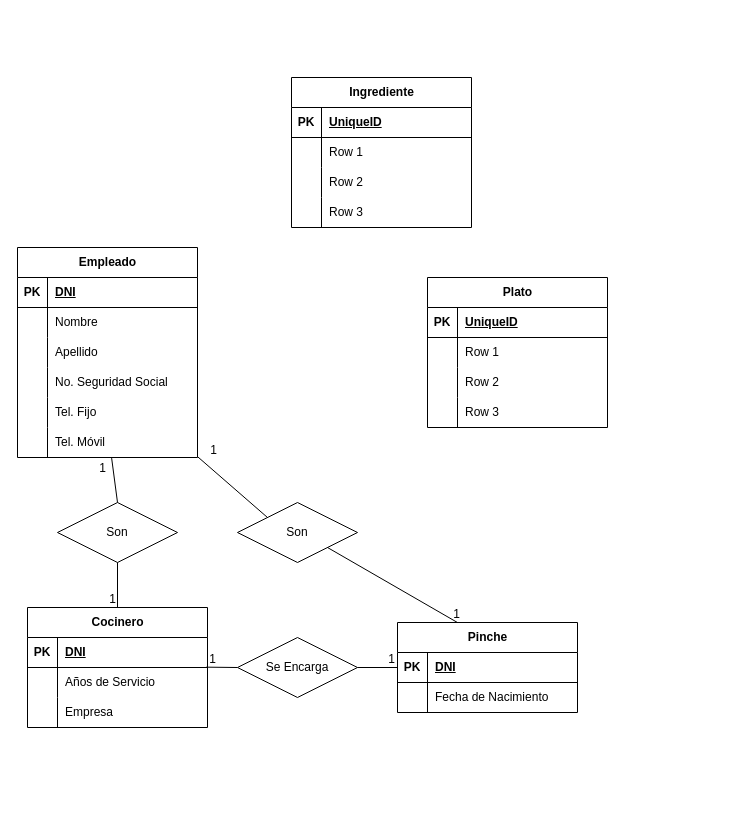
The draw.io diagram Ejercicio_13_Empresa_de_Comidas.drawio in BasementHalfStackDev/ejercicios-ud12, before the edit. Source tidied: cells renumbered, new cells numbered last; positions are measured from the earlier drawing's top-left corner, leaving out a move shared by most shapes. Both pictures are drawn from the tidied source at 100%, with x=0, y=0 at pixel (17, 77).
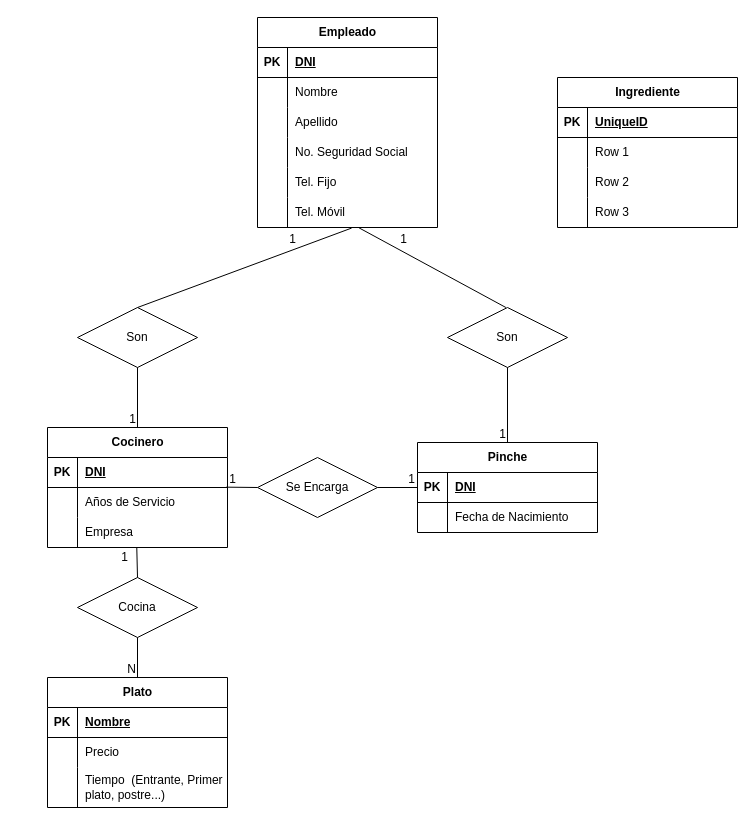
The same page after the edit.

The change refers to these unchanged cells:
```xml
<mxCell id="18" style="shape=tableRow;horizontal=0;startSize=0;swimlaneHead=0;swimlaneBody=0;fillColor=none;points=[[0,0.5],[1,0.5]];portConstraint=eastwest;top=0;left=0;right=0;bottom=0;" parent="2" vertex="1">
  <mxGeometry y="180" width="180" height="30" as="geometry" />
</mxCell>
<mxCell id="35" style="shape=tableRow;horizontal=0;startSize=0;swimlaneHead=0;swimlaneBody=0;fillColor=none;points=[[0,0.5],[1,0.5]];portConstraint=eastwest;top=0;left=0;right=0;bottom=0;" parent="28" vertex="1">
  <mxGeometry y="90" width="180" height="30" as="geometry" />
</mxCell>
<mxCell id="39" style="shape=tableRow;horizontal=0;startSize=0;swimlaneHead=0;swimlaneBody=0;fillColor=none;top=0;left=0;right=0;bottom=1;" parent="38" vertex="1">
  <mxGeometry y="30" width="180" height="30" as="geometry" />
</mxCell>
<mxCell id="42" style="shape=tableRow;horizontal=0;startSize=0;swimlaneHead=0;swimlaneBody=0;fillColor=none;top=0;left=0;right=0;bottom=0;" parent="38" vertex="1">
  <mxGeometry y="60" width="180" height="30" as="geometry" />
</mxCell>
<mxCell id="66" style="endArrow=none;html=1;rounded=0;entryX=0.523;entryY=1.019;entryDx=0;entryDy=0;entryPerimeter=0;exitX=0.5;exitY=0;exitDx=0;exitDy=0;" parent="1" edge="1" source="64" target="18">
  <mxGeometry relative="1" as="geometry" />
</mxCell>
```

What changed in the source:
```diff
@@
     <mxCell id="2" value="Empleado" style="shape=table;startSize=30;childLayout=tableLayout;rowLines=0;fontStyle=1;align=center;html=1;" parent="1" vertex="1">
-      <mxGeometry y="170" width="180" height="210" as="geometry" />
+      <mxGeometry x="240" y="-60" width="180" height="210" as="geometry" />
     </mxCell>
@@
     <mxCell id="21" value="Pinche" style="shape=table;startSize=30;childLayout=tableLayout;rowLines=0;fontStyle=1;align=center;html=1;" parent="1" vertex="1">
-      <mxGeometry x="380" y="545" width="180" height="90" as="geometry" />
+      <mxGeometry x="400" y="365" width="180" height="90" as="geometry" />
     </mxCell>
@@
     <mxCell id="28" value="Cocinero" style="shape=table;startSize=30;childLayout=tableLayout;rowLines=0;fontStyle=1;align=center;html=1;" parent="1" vertex="1">
-      <mxGeometry x="10" y="530" width="180" height="120" as="geometry" />
+      <mxGeometry x="30" y="350" width="180" height="120" as="geometry" />
     </mxCell>
@@
     <mxCell id="38" value="Plato" style="shape=table;startSize=30;childLayout=tableLayout;rowLines=0;fontStyle=1;align=center;html=1;" parent="1" vertex="1">
-      <mxGeometry x="410" y="200" width="180" height="150" as="geometry" />
+      <mxGeometry x="30" y="600" width="180" height="130" as="geometry" />
     </mxCell>
@@
-    <mxCell id="41" value="UniqueID" style="shape=partialRectangle;fillColor=none;top=0;left=0;bottom=0;right=0;align=left;spacingLeft=6;fontStyle=5;overflow=hidden;whiteSpace=wrap;html=1;" parent="39" vertex="1">
+    <mxCell id="41" value="Nombre" style="shape=partialRectangle;fillColor=none;top=0;left=0;bottom=0;right=0;align=left;spacingLeft=6;fontStyle=5;overflow=hidden;whiteSpace=wrap;html=1;" parent="39" vertex="1">
       <mxGeometry x="30" width="150" height="30" as="geometry" />
     </mxCell>
@@
-    <mxCell id="44" value="Row 1" style="shape=partialRectangle;fillColor=none;top=0;left=0;bottom=0;right=0;align=left;spacingLeft=6;overflow=hidden;whiteSpace=wrap;html=1;" parent="42" vertex="1">
+    <mxCell id="44" value="Precio" style="shape=partialRectangle;fillColor=none;top=0;left=0;bottom=0;right=0;align=left;spacingLeft=6;overflow=hidden;whiteSpace=wrap;html=1;" parent="42" vertex="1">
       <mxGeometry x="30" width="150" height="30" as="geometry" />
     </mxCell>
     <mxCell id="45" style="shape=tableRow;horizontal=0;startSize=0;swimlaneHead=0;swimlaneBody=0;fillColor=none;top=0;left=0;right=0;bottom=0;" parent="38" vertex="1">
-      <mxGeometry y="90" width="180" height="30" as="geometry" />
+      <mxGeometry y="90" width="180" height="40" as="geometry" />
     </mxCell>
     <mxCell id="46" style="shape=partialRectangle;fillColor=none;top=0;left=0;bottom=0;right=0;overflow=hidden;whiteSpace=wrap;html=1;" parent="45" vertex="1">
-      <mxGeometry width="30" height="30" as="geometry" />
+      <mxGeometry width="30" height="40" as="geometry" />
     </mxCell>
-    <mxCell id="47" value="Row 2" style="shape=partialRectangle;fillColor=none;top=0;left=0;bottom=0;right=0;align=left;spacingLeft=6;overflow=hidden;whiteSpace=wrap;html=1;" parent="45" vertex="1">
-      <mxGeometry x="30" width="150" height="30" as="geometry" />
+    <mxCell id="47" value="Tiempo&amp;nbsp; (Entrante, Primer plato, postre...)" style="shape=partialRectangle;fillColor=none;top=0;left=0;bottom=0;right=0;align=left;spacingLeft=6;overflow=hidden;whiteSpace=wrap;html=1;" parent="45" vertex="1">
+      <mxGeometry x="30" width="150" height="40" as="geometry" />
     </mxCell>
-    <mxCell id="48" style="shape=tableRow;horizontal=0;startSize=0;swimlaneHead=0;swimlaneBody=0;fillColor=none;top=0;left=0;right=0;bottom=0;" parent="38" vertex="1">
-      <mxGeometry y="120" width="180" height="30" as="geometry" />
-    </mxCell>
-    <mxCell id="49" style="shape=partialRectangle;fillColor=none;top=0;left=0;bottom=0;right=0;overflow=hidden;whiteSpace=wrap;html=1;" parent="48" vertex="1">
-      <mxGeometry width="30" height="30" as="geometry" />
-    </mxCell>
-    <mxCell id="50" value="Row 3" style="shape=partialRectangle;fillColor=none;top=0;left=0;bottom=0;right=0;align=left;spacingLeft=6;overflow=hidden;whiteSpace=wrap;html=1;" parent="48" vertex="1">
-      <mxGeometry x="30" width="150" height="30" as="geometry" />
-    </mxCell>
     <mxCell id="51" value="Ingrediente" style="shape=table;startSize=30;childLayout=tableLayout;rowLines=0;fontStyle=1;align=center;html=1;" parent="1" vertex="1">
-      <mxGeometry x="274" width="180" height="150" as="geometry" />
+      <mxGeometry x="540" width="180" height="150" as="geometry" />
     </mxCell>
@@
     <mxCell id="64" value="Son" style="shape=rhombus;perimeter=rhombusPerimeter;whiteSpace=wrap;html=1;align=center;" parent="1" vertex="1">
-      <mxGeometry x="40" y="425" width="120" height="60" as="geometry" />
+      <mxGeometry x="60" y="230" width="120" height="60" as="geometry" />
     </mxCell>
     <mxCell id="65" value="Son" style="shape=rhombus;perimeter=rhombusPerimeter;whiteSpace=wrap;html=1;align=center;" parent="1" vertex="1">
-      <mxGeometry x="220" y="425" width="120" height="60" as="geometry" />
+      <mxGeometry x="430" y="230" width="120" height="60" as="geometry" />
     </mxCell>
@@
     <mxCell id="67" value="1" style="html=1;whiteSpace=wrap;align=right;verticalAlign=bottom;" parent="66" vertex="1">
       <mxGeometry x="1" relative="1" as="geometry">
-        <mxPoint x="-4" y="19" as="offset" />
+        <mxPoint x="-54" y="19" as="offset" />
       </mxGeometry>
     </mxCell>
@@
-    <mxCell id="70" style="endArrow=none;html=1;rounded=0;entryX=0.333;entryY=0;entryDx=0;entryDy=0;entryPerimeter=0;exitX=1;exitY=1;exitDx=0;exitDy=0;" parent="1" edge="1" source="65" target="21">
+    <mxCell id="70" style="endArrow=none;html=1;rounded=0;entryX=0.5;entryY=0;entryDx=0;entryDy=0;exitX=0.5;exitY=1;exitDx=0;exitDy=0;" parent="1" edge="1" source="65" target="21">
       <mxGeometry relative="1" as="geometry" />
     </mxCell>
     <mxCell id="71" value="1" style="html=1;whiteSpace=wrap;align=right;verticalAlign=bottom;" parent="70" vertex="1">
-      <mxGeometry x="1" relative="1" as="geometry">
-        <mxPoint x="4" as="offset" />
-      </mxGeometry>
+      <mxGeometry x="1" relative="1" as="geometry" />
     </mxCell>
-    <mxCell id="72" style="endArrow=none;html=1;rounded=0;entryX=1.002;entryY=0.981;entryDx=0;entryDy=0;entryPerimeter=0;exitX=0;exitY=0;exitDx=0;exitDy=0;" parent="1" edge="1" source="65" target="18">
-      <mxGeometry relative="1" as="geometry" />
+    <mxCell id="72" style="endArrow=none;html=1;rounded=0;entryX=0.573;entryY=1.013;entryDx=0;entryDy=0;entryPerimeter=0;exitX=0.5;exitY=0;exitDx=0;exitDy=0;" parent="1" edge="1">
+      <mxGeometry relative="1" as="geometry">
+        <mxPoint x="488.4" y="230" as="sourcePoint" />
+        <mxPoint x="341.6" y="150.4" as="targetPoint" />
+      </mxGeometry>
     </mxCell>
     <mxCell id="73" value="1" style="html=1;whiteSpace=wrap;align=right;verticalAlign=bottom;" parent="72" vertex="1">
       <mxGeometry x="1" relative="1" as="geometry">
-        <mxPoint x="20" y="1" as="offset" />
+        <mxPoint x="49" y="20" as="offset" />
       </mxGeometry>
     </mxCell>
     <mxCell id="74" value="Se Encarga" style="shape=rhombus;perimeter=rhombusPerimeter;whiteSpace=wrap;html=1;align=center;" parent="1" vertex="1">
-      <mxGeometry x="220" y="560" width="120" height="60" as="geometry" />
+      <mxGeometry x="240" y="380" width="120" height="60" as="geometry" />
     </mxCell>
@@
+    <mxCell id="79" value="Cocina" style="shape=rhombus;perimeter=rhombusPerimeter;whiteSpace=wrap;html=1;align=center;" parent="1" vertex="1">
+      <mxGeometry x="60" y="500" width="120" height="60" as="geometry" />
+    </mxCell>
+    <mxCell id="80" style="endArrow=none;html=1;rounded=0;entryX=0.496;entryY=0.989;entryDx=0;entryDy=0;entryPerimeter=0;exitX=0.5;exitY=0;exitDx=0;exitDy=0;" parent="1" edge="1" source="79" target="35">
+      <mxGeometry relative="1" as="geometry" />
+    </mxCell>
+    <mxCell id="81" value="1" style="html=1;whiteSpace=wrap;align=right;verticalAlign=bottom;" parent="80" vertex="1">
+      <mxGeometry x="1" relative="1" as="geometry">
+        <mxPoint x="-7" y="18" as="offset" />
+      </mxGeometry>
+    </mxCell>
+    <mxCell id="82" style="endArrow=none;html=1;rounded=0;entryX=0.5;entryY=0;entryDx=0;entryDy=0;" parent="1" edge="1" target="38">
+      <mxGeometry relative="1" as="geometry">
+        <mxPoint x="120" y="560" as="sourcePoint" />
+      </mxGeometry>
+    </mxCell>
+    <mxCell id="83" value="N" style="html=1;whiteSpace=wrap;align=right;verticalAlign=bottom;" parent="82" vertex="1">
+      <mxGeometry x="1" relative="1" as="geometry" />
+    </mxCell>
```
